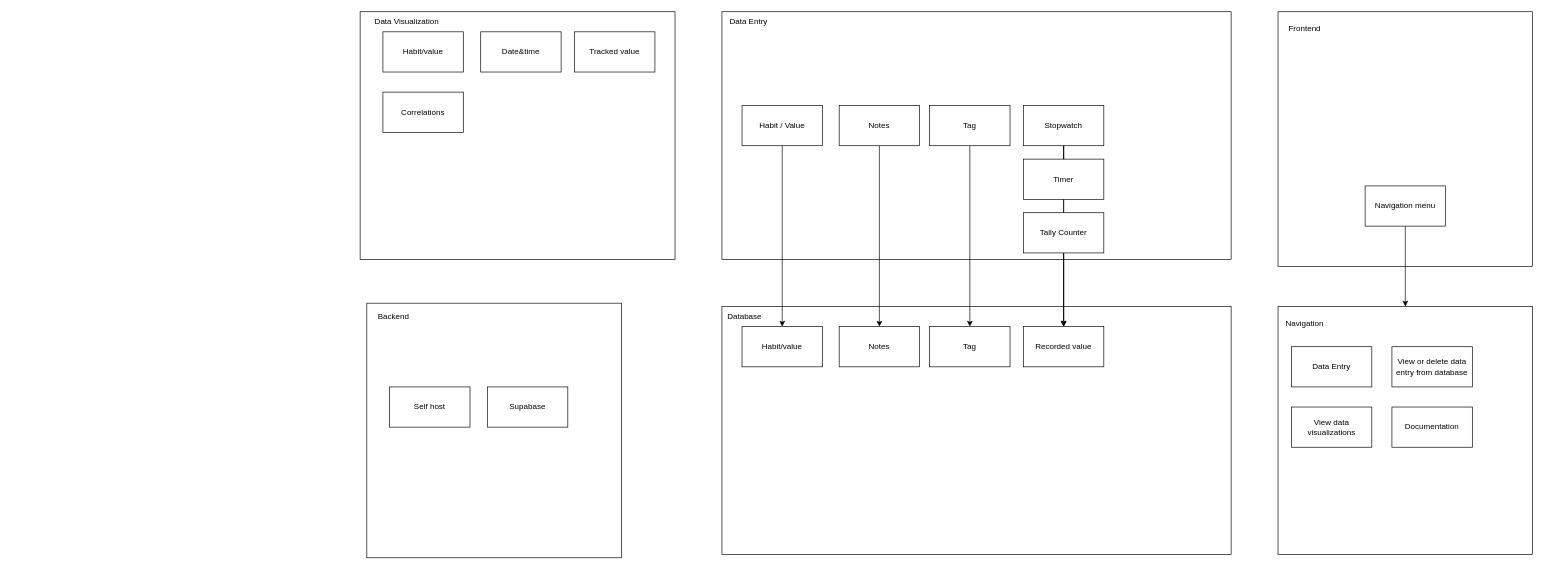
The draw.io diagram quantified-self.drawio in Saltiola7/Quantified-Self, before the edit. Source tidied: cells renumbered, new cells numbered last; positions are measured from the earlier drawing's top-left corner, leaving out a move shared by most shapes. Both pictures are drawn from the tidied source at 67%, with x=0, y=0 at pixel (353, 11).
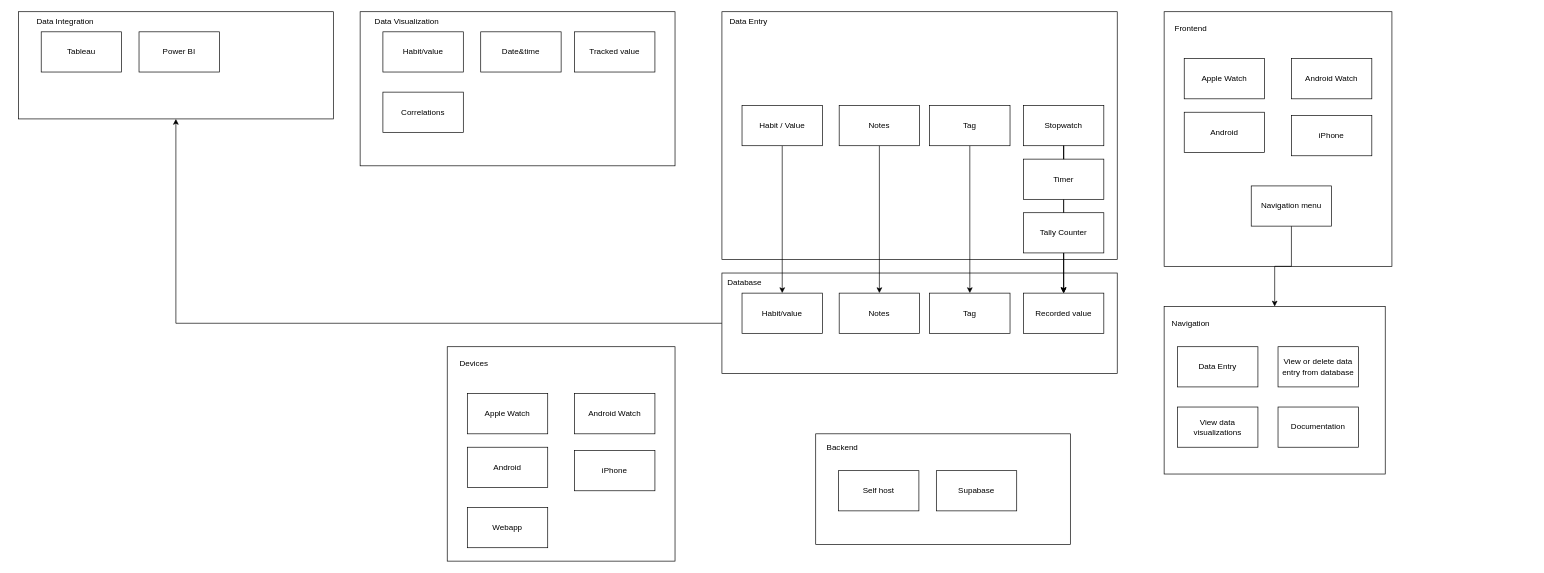
The same page after the edit.

Diff of the diagram source:
```diff
@@
+    <mxCell id="43" style="edgeStyle=orthogonalEdgeStyle;rounded=0;jettySize=auto;html=1;" parent="1" edge="1" source="2" target="44">
+      <mxGeometry relative="1" as="geometry" />
+    </mxCell>
     <mxCell id="2" style="rounded=0;whiteSpace=wrap;html=1;" parent="1" vertex="1">
-      <mxGeometry x="550" y="440" width="760" height="370" as="geometry" />
+      <mxGeometry x="550" y="390" width="590" height="150" as="geometry" />
     </mxCell>
     <mxCell id="3" value="Recorded value" style="rounded=0;whiteSpace=wrap;html=1;" parent="1" vertex="1">
-      <mxGeometry x="1000" y="470" width="120" height="60" as="geometry" />
+      <mxGeometry x="1000" y="420" width="120" height="60" as="geometry" />
     </mxCell>
     <mxCell id="4" style="rounded=0;whiteSpace=wrap;html=1;" parent="1" vertex="1">
-      <mxGeometry x="550" width="760" height="370" as="geometry" />
+      <mxGeometry x="550" width="590" height="370" as="geometry" />
     </mxCell>
@@
     <mxCell id="10" value="Habit/value" style="rounded=0;whiteSpace=wrap;html=1;" parent="1" vertex="1">
-      <mxGeometry x="580" y="470" width="120" height="60" as="geometry" />
+      <mxGeometry x="580" y="420" width="120" height="60" as="geometry" />
     </mxCell>
     <mxCell id="11" value="Database" style="text;html=1;strokeColor=none;fillColor=none;align=center;verticalAlign=middle;whiteSpace=wrap;rounded=0;" parent="1" vertex="1">
-      <mxGeometry x="554" y="440" width="60" height="30" as="geometry" />
+      <mxGeometry x="554" y="390" width="60" height="30" as="geometry" />
     </mxCell>
@@
     <mxCell id="13" style="rounded=0;whiteSpace=wrap;html=1;" parent="1" vertex="1">
-      <mxGeometry x="10" width="470" height="370" as="geometry" />
+      <mxGeometry x="10" width="470" height="230" as="geometry" />
     </mxCell>
@@
     <mxCell id="27" value="Notes" style="rounded=0;whiteSpace=wrap;html=1;" parent="1" vertex="1">
-      <mxGeometry x="725" y="470" width="120" height="60" as="geometry" />
+      <mxGeometry x="725" y="420" width="120" height="60" as="geometry" />
     </mxCell>
     <mxCell id="28" value="&lt;div&gt;Tag&lt;/div&gt;" style="rounded=0;whiteSpace=wrap;html=1;" parent="1" vertex="1">
-      <mxGeometry x="860" y="470" width="120" height="60" as="geometry" />
+      <mxGeometry x="860" y="420" width="120" height="60" as="geometry" />
     </mxCell>
     <mxCell id="29" value="&lt;div align=&quot;left&quot;&gt;&lt;br&gt;&lt;/div&gt;" style="rounded=0;whiteSpace=wrap;html=1;align=left;" parent="1" vertex="1">
-      <mxGeometry x="1380" width="380" height="380" as="geometry" />
+      <mxGeometry x="1210" width="340" height="380" as="geometry" />
     </mxCell>
     <mxCell id="30" value="&lt;div&gt;Frontend&lt;/div&gt;" style="text;html=1;strokeColor=none;fillColor=none;align=center;verticalAlign=middle;whiteSpace=wrap;rounded=0;" parent="1" vertex="1">
-      <mxGeometry x="1390" y="10" width="60" height="30" as="geometry" />
+      <mxGeometry x="1220" y="10" width="60" height="30" as="geometry" />
     </mxCell>
@@
     <mxCell id="32" value="&lt;div&gt;Navigation menu&lt;/div&gt;" style="rounded=0;whiteSpace=wrap;html=1;" parent="1" vertex="1">
-      <mxGeometry x="1510" y="260" width="120" height="60" as="geometry" />
+      <mxGeometry x="1340" y="260" width="120" height="60" as="geometry" />
     </mxCell>
     <mxCell id="33" style="rounded=0;whiteSpace=wrap;html=1;" parent="1" vertex="1">
-      <mxGeometry x="1380" y="440" width="380" height="370" as="geometry" />
+      <mxGeometry x="1210" y="440" width="330" height="250" as="geometry" />
     </mxCell>
     <mxCell id="34" value="Navigation" style="text;html=1;strokeColor=none;fillColor=none;align=center;verticalAlign=middle;whiteSpace=wrap;rounded=0;" parent="1" vertex="1">
-      <mxGeometry x="1390" y="450" width="60" height="30" as="geometry" />
+      <mxGeometry x="1220" y="450" width="60" height="30" as="geometry" />
     </mxCell>
     <mxCell id="35" value="Data Entry" style="rounded=0;whiteSpace=wrap;html=1;" parent="1" vertex="1">
-      <mxGeometry x="1400" y="500" width="120" height="60" as="geometry" />
+      <mxGeometry x="1230" y="500" width="120" height="60" as="geometry" />
     </mxCell>
     <mxCell id="36" value="View or delete data entry from database" style="rounded=0;whiteSpace=wrap;html=1;" parent="1" vertex="1">
-      <mxGeometry x="1550" y="500" width="120" height="60" as="geometry" />
+      <mxGeometry x="1380" y="500" width="120" height="60" as="geometry" />
     </mxCell>
     <mxCell id="37" value="View data visualizations" style="rounded=0;whiteSpace=wrap;html=1;" parent="1" vertex="1">
-      <mxGeometry x="1400" y="590" width="120" height="60" as="geometry" />
+      <mxGeometry x="1230" y="590" width="120" height="60" as="geometry" />
     </mxCell>
     <mxCell id="38" value="Documentation" style="rounded=0;whiteSpace=wrap;html=1;" parent="1" vertex="1">
-      <mxGeometry x="1550" y="590" width="120" height="60" as="geometry" />
+      <mxGeometry x="1380" y="590" width="120" height="60" as="geometry" />
     </mxCell>
     <mxCell id="39" value="&lt;div align=&quot;left&quot;&gt;&lt;br&gt;&lt;/div&gt;" style="rounded=0;whiteSpace=wrap;html=1;align=left;" parent="1" vertex="1">
-      <mxGeometry x="20" y="435" width="380" height="380" as="geometry" />
+      <mxGeometry x="690" y="630" width="380" height="165" as="geometry" />
     </mxCell>
     <mxCell id="40" value="&lt;div&gt;Backend&lt;/div&gt;" style="text;html=1;strokeColor=none;fillColor=none;align=center;verticalAlign=middle;whiteSpace=wrap;rounded=0;" parent="1" vertex="1">
-      <mxGeometry x="30" y="440" width="60" height="30" as="geometry" />
+      <mxGeometry x="700" y="635" width="60" height="30" as="geometry" />
     </mxCell>
     <mxCell id="41" value="Self host" style="rounded=0;whiteSpace=wrap;html=1;" parent="1" vertex="1">
-      <mxGeometry x="54" y="560" width="120" height="60" as="geometry" />
+      <mxGeometry x="724" y="685" width="120" height="60" as="geometry" />
     </mxCell>
     <mxCell id="42" value="Supabase" style="rounded=0;whiteSpace=wrap;html=1;" parent="1" vertex="1">
-      <mxGeometry x="200" y="560" width="120" height="60" as="geometry" />
+      <mxGeometry x="870" y="685" width="120" height="60" as="geometry" />
     </mxCell>
+    <mxCell id="44" style="rounded=0;whiteSpace=wrap;html=1;" parent="1" vertex="1">
+      <mxGeometry x="-500" width="470" height="160" as="geometry" />
+    </mxCell>
+    <mxCell id="45" value="Tableau" style="rounded=0;whiteSpace=wrap;html=1;" parent="1" vertex="1">
+      <mxGeometry x="-466" y="30" width="120" height="60" as="geometry" />
+    </mxCell>
+    <mxCell id="46" value="Power BI" style="rounded=0;whiteSpace=wrap;html=1;" parent="1" vertex="1">
+      <mxGeometry x="-320" y="30" width="120" height="60" as="geometry" />
+    </mxCell>
+    <mxCell id="47" value="Data Integration" style="text;html=1;strokeColor=none;fillColor=none;align=center;verticalAlign=middle;whiteSpace=wrap;rounded=0;" parent="1" vertex="1">
+      <mxGeometry x="-510" width="160" height="30" as="geometry" />
+    </mxCell>
+    <mxCell id="48" value="Apple Watch" style="rounded=0;whiteSpace=wrap;html=1;" parent="1" vertex="1">
+      <mxGeometry x="1240" y="70" width="120" height="60" as="geometry" />
+    </mxCell>
+    <mxCell id="49" value="&lt;div&gt;Android Watch&lt;/div&gt;" style="rounded=0;whiteSpace=wrap;html=1;" parent="1" vertex="1">
+      <mxGeometry x="1400" y="70" width="120" height="60" as="geometry" />
+    </mxCell>
+    <mxCell id="50" value="Android" style="rounded=0;whiteSpace=wrap;html=1;" parent="1" vertex="1">
+      <mxGeometry x="1240" y="150" width="120" height="60" as="geometry" />
+    </mxCell>
+    <mxCell id="51" value="&lt;div&gt;iPhone&lt;/div&gt;" style="rounded=0;whiteSpace=wrap;html=1;" parent="1" vertex="1">
+      <mxGeometry x="1400" y="155" width="120" height="60" as="geometry" />
+    </mxCell>
+    <mxCell id="52" value="&lt;div align=&quot;left&quot;&gt;&lt;br&gt;&lt;/div&gt;" style="rounded=0;whiteSpace=wrap;html=1;align=left;" parent="1" vertex="1">
+      <mxGeometry x="140" y="500" width="340" height="320" as="geometry" />
+    </mxCell>
+    <mxCell id="53" value="Devices" style="text;html=1;strokeColor=none;fillColor=none;align=center;verticalAlign=middle;whiteSpace=wrap;rounded=0;" parent="1" vertex="1">
+      <mxGeometry x="150" y="510" width="60" height="30" as="geometry" />
+    </mxCell>
+    <mxCell id="54" value="Apple Watch" style="rounded=0;whiteSpace=wrap;html=1;" parent="1" vertex="1">
+      <mxGeometry x="170" y="570" width="120" height="60" as="geometry" />
+    </mxCell>
+    <mxCell id="55" value="&lt;div&gt;Android Watch&lt;/div&gt;" style="rounded=0;whiteSpace=wrap;html=1;" parent="1" vertex="1">
+      <mxGeometry x="330" y="570" width="120" height="60" as="geometry" />
+    </mxCell>
+    <mxCell id="56" value="Android" style="rounded=0;whiteSpace=wrap;html=1;" parent="1" vertex="1">
+      <mxGeometry x="170" y="650" width="120" height="60" as="geometry" />
+    </mxCell>
+    <mxCell id="57" value="&lt;div&gt;iPhone&lt;/div&gt;" style="rounded=0;whiteSpace=wrap;html=1;" parent="1" vertex="1">
+      <mxGeometry x="330" y="655" width="120" height="60" as="geometry" />
+    </mxCell>
+    <mxCell id="58" value="&lt;div&gt;Webapp&lt;/div&gt;" style="rounded=0;whiteSpace=wrap;html=1;" parent="1" vertex="1">
+      <mxGeometry x="170" y="740" width="120" height="60" as="geometry" />
+    </mxCell>
```
